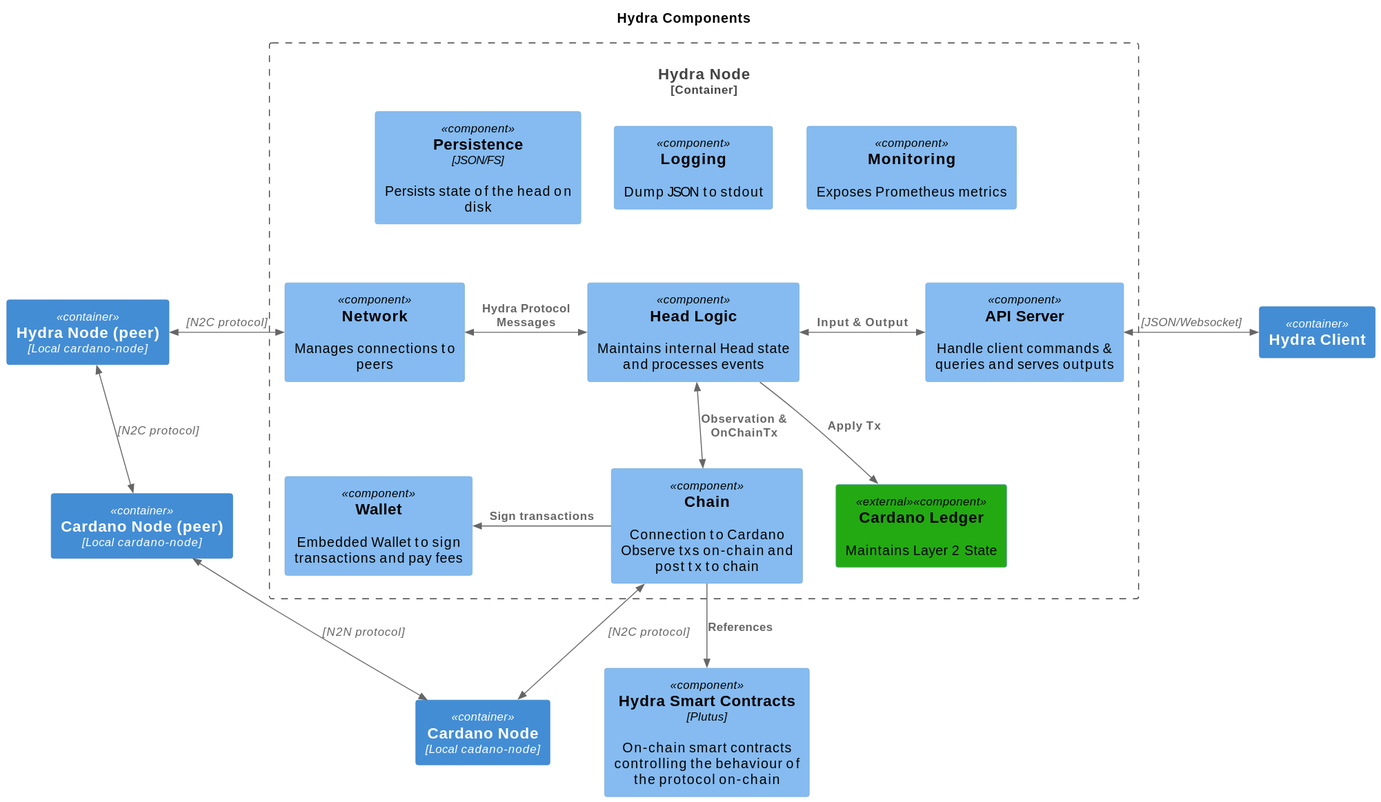
cardano-scaling/website keeps this PlantUML diagram as core-concepts/architecture/hydra-components.svg. Above is the earlier version.
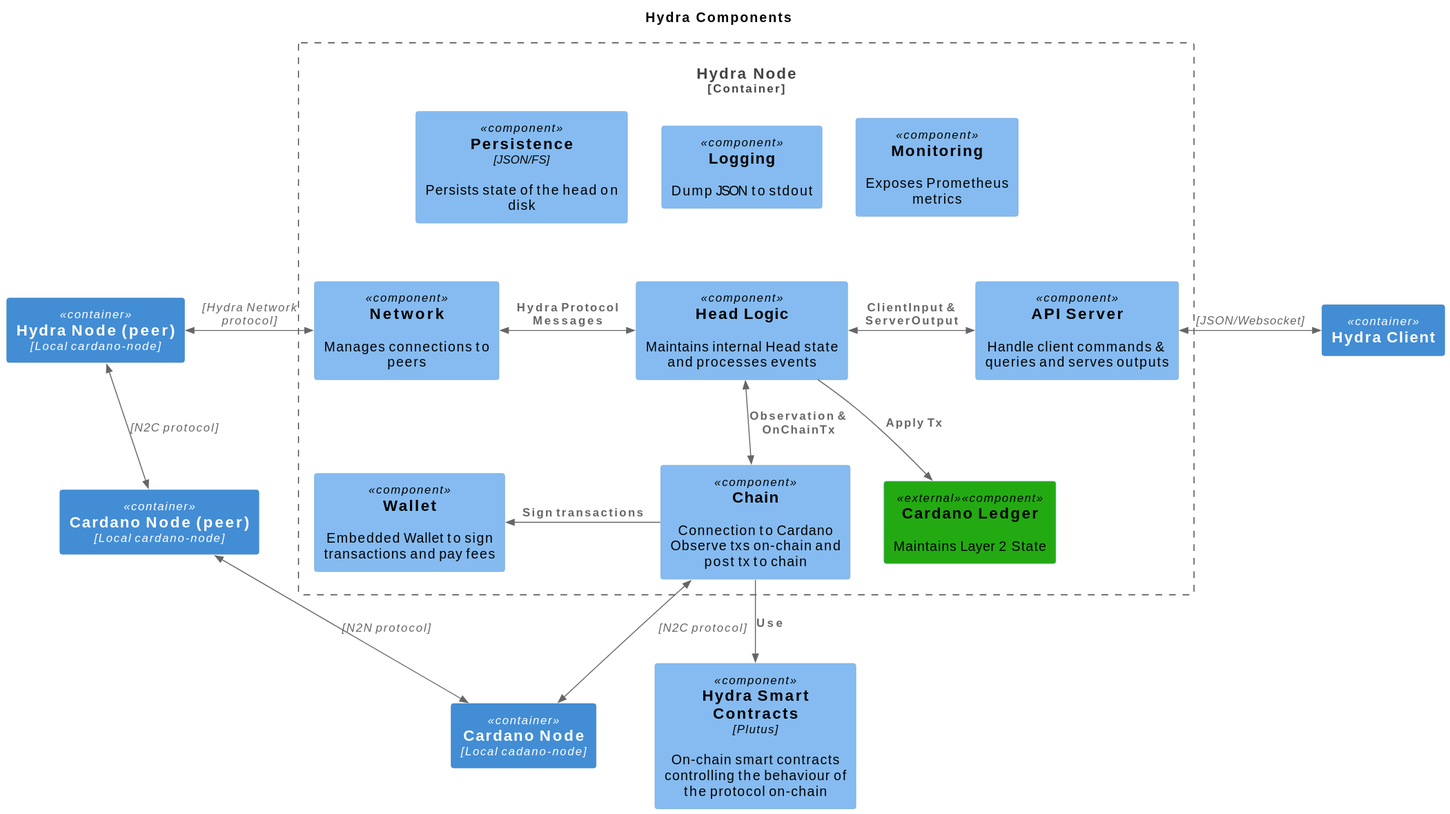
After the commit.

Commit message:
Regenerate plantuml drawings

What changed in the source:
```diff
@@ -19,7 +19,7 @@
    Lay_U(head_logic, logging)
    Lay_U(head_logic, monitoring)
    BiRel_L(head_logic, network, "Hydra Protocol Messages", "")
-   BiRel_R(head_logic, api_server, "Input & Output", "")
+   BiRel_R(head_logic, api_server, "ClientInput & ServerOutput", "")
    BiRel_D(head_logic, chain, "Observation & OnChainTx", "")
    Rel_D(head_logic, ledger, "Apply Tx")
 
@@ -31,10 +31,10 @@
 Container(cardano_node_peer, "Cardano Node (peer)", "Local cardano-node")
 Container(hydra_client, "Hydra Client", "")
 Component(smart_contracts, "Hydra Smart Contracts", "Plutus", "On-chain smart contracts controlling the behaviour of the protocol on-chain", $link="https://github.com/input-output-hk/hydra/tree/master/hydra-plutus")
-Rel(chain, smart_contracts, "References", "")
+Rel(chain, smart_contracts, "Use", "")
 BiRel_D(chain, cardano_node, "", "N2C protocol")
 BiRel_L(cardano_node, cardano_node_peer, "", "N2N protocol")
 BiRel(hydra_node_peer, cardano_node_peer, "", "N2C protocol")
-BiRel_L(network, hydra_node_peer, "", "N2C protocol")
+BiRel_L(network, hydra_node_peer, "", "Hydra Network protocol")
 BiRel_R(api_server, hydra_client, "", "JSON/Websocket")
 @enduml
```
